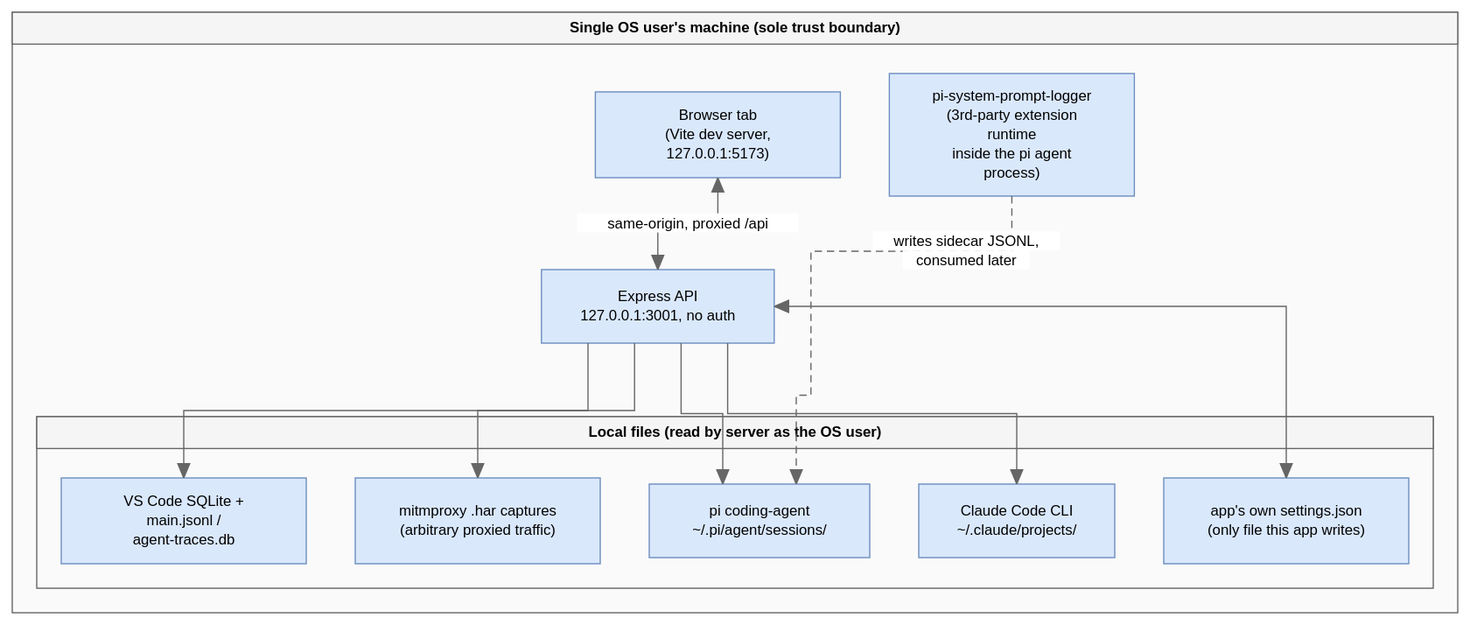
Earlier version of the draw.io export docs/diagrams/1-system-summary.drawio.svg (raulkivi/agent-cost-analyzer). Source tidied: cells renumbered, new cells last; positions are measured from the earlier drawing's top-left corner, leaving out a move shared by most shapes. Its diagram source:
```xml
<mxGraphModel>
  <root>
    <mxCell id="0" />
    <mxCell id="1" parent="0" />
    <mxCell id="2" value="Single OS user's machine (sole trust boundary)" style="swimlane;startSize=26;html=1;fontStyle=1;fillColor=#f5f5f5;strokeColor=#666666;swimlaneFillColor=#fafafa;" parent="1" vertex="1">
      <mxGeometry width="1180" height="490" as="geometry" />
    </mxCell>
    <mxCell id="3" value="Local files (read by server as the OS user)" style="swimlane;startSize=26;html=1;fontStyle=1;fillColor=#f5f5f5;strokeColor=#666666;swimlaneFillColor=#fafafa;" parent="2" vertex="1">
      <mxGeometry x="20" y="330" width="1140" height="140" as="geometry" />
    </mxCell>
    <mxCell id="4" value="Browser tab&lt;br&gt;(Vite dev server, 127.0.0.1:5173)" style="rounded=0;whiteSpace=wrap;html=1;fillColor=#dae8fc;strokeColor=#6c8ebf;" parent="2" vertex="1">
      <mxGeometry x="476" y="65" width="200" height="70" as="geometry" />
    </mxCell>
    <mxCell id="5" value="Express API&lt;br&gt;127.0.0.1:3001, no auth" style="rounded=0;whiteSpace=wrap;html=1;fillColor=#dae8fc;strokeColor=#6c8ebf;" parent="2" vertex="1">
      <mxGeometry x="432" y="210" width="190" height="60" as="geometry" />
    </mxCell>
    <mxCell id="6" value="VS Code SQLite +&lt;br&gt;main.jsonl / agent-traces.db" style="rounded=0;whiteSpace=wrap;html=1;fillColor=#dae8fc;strokeColor=#6c8ebf;" parent="3" vertex="1">
      <mxGeometry x="20" y="50" width="200" height="70" as="geometry" />
    </mxCell>
    <mxCell id="7" value="mitmproxy .har captures&lt;br&gt;(arbitrary proxied traffic)" style="rounded=0;whiteSpace=wrap;html=1;fillColor=#dae8fc;strokeColor=#6c8ebf;" parent="3" vertex="1">
      <mxGeometry x="260" y="50" width="200" height="70" as="geometry" />
    </mxCell>
    <mxCell id="8" value="pi coding-agent&lt;br&gt;~/.pi/agent/sessions/" style="rounded=0;whiteSpace=wrap;html=1;fillColor=#dae8fc;strokeColor=#6c8ebf;" parent="3" vertex="1">
      <mxGeometry x="500" y="55" width="180" height="60" as="geometry" />
    </mxCell>
    <mxCell id="9" value="Claude Code CLI&lt;br&gt;~/.claude/projects/" style="rounded=0;whiteSpace=wrap;html=1;fillColor=#dae8fc;strokeColor=#6c8ebf;" parent="3" vertex="1">
      <mxGeometry x="720" y="55" width="160" height="60" as="geometry" />
    </mxCell>
    <mxCell id="10" value="app's own settings.json&lt;br&gt;(only file this app writes)" style="rounded=0;whiteSpace=wrap;html=1;fillColor=#dae8fc;strokeColor=#6c8ebf;" parent="3" vertex="1">
      <mxGeometry x="920" y="50" width="200" height="70" as="geometry" />
    </mxCell>
    <mxCell id="11" value="pi-system-prompt-logger&lt;br&gt;(3rd-party extension runtime&lt;br&gt;inside the pi agent process)" style="rounded=0;whiteSpace=wrap;html=1;fillColor=#dae8fc;strokeColor=#6c8ebf;" parent="2" vertex="1">
      <mxGeometry x="716" y="50" width="200" height="100" as="geometry" />
    </mxCell>
    <mxCell id="12" value="same-origin, proxied /api" style="edgeStyle=orthogonalEdgeStyle;rounded=1;html=1;endArrow=classic;endFill=1;startArrow=classic;startFill=1;strokeColor=#666666;" parent="2" edge="1" source="4" target="5">
      <mxGeometry relative="1" as="geometry" />
    </mxCell>
    <mxCell id="13" style="edgeStyle=orthogonalEdgeStyle;rounded=1;html=1;endArrow=classic;endFill=1;startArrow=none;startFill=0;strokeColor=#666666;" parent="2" edge="1" source="5" target="6">
      <mxGeometry relative="1" as="geometry" />
    </mxCell>
    <mxCell id="14" style="edgeStyle=orthogonalEdgeStyle;rounded=1;html=1;endArrow=classic;endFill=1;startArrow=none;startFill=0;strokeColor=#666666;" parent="2" edge="1" source="5" target="7">
      <mxGeometry relative="1" as="geometry" />
    </mxCell>
    <mxCell id="15" style="edgeStyle=orthogonalEdgeStyle;rounded=1;html=1;endArrow=classic;endFill=1;startArrow=none;startFill=0;strokeColor=#666666;" parent="2" edge="1" source="5" target="8">
      <mxGeometry relative="1" as="geometry" />
    </mxCell>
    <mxCell id="16" style="edgeStyle=orthogonalEdgeStyle;rounded=1;html=1;endArrow=classic;endFill=1;startArrow=none;startFill=0;strokeColor=#666666;" parent="2" edge="1" source="5" target="9">
      <mxGeometry relative="1" as="geometry" />
    </mxCell>
    <mxCell id="17" style="edgeStyle=orthogonalEdgeStyle;rounded=1;html=1;endArrow=classic;endFill=1;startArrow=classic;startFill=1;strokeColor=#666666;" parent="2" edge="1" source="5" target="10">
      <mxGeometry relative="1" as="geometry">
        <Array as="points">
          <mxPoint x="1040" y="240" />
        </Array>
      </mxGeometry>
    </mxCell>
    <mxCell id="18" value="writes sidecar JSONL,&lt;br&gt;consumed later" style="edgeStyle=orthogonalEdgeStyle;rounded=1;html=1;endArrow=classic;endFill=1;startArrow=none;startFill=0;strokeColor=#666666;dashed=1;" parent="2" edge="1" source="11" target="8">
      <mxGeometry x="-0.6" relative="1" as="geometry">
        <Array as="points">
          <mxPoint x="652" y="240" />
        </Array>
      </mxGeometry>
    </mxCell>
  </root>
</mxGraphModel>
```
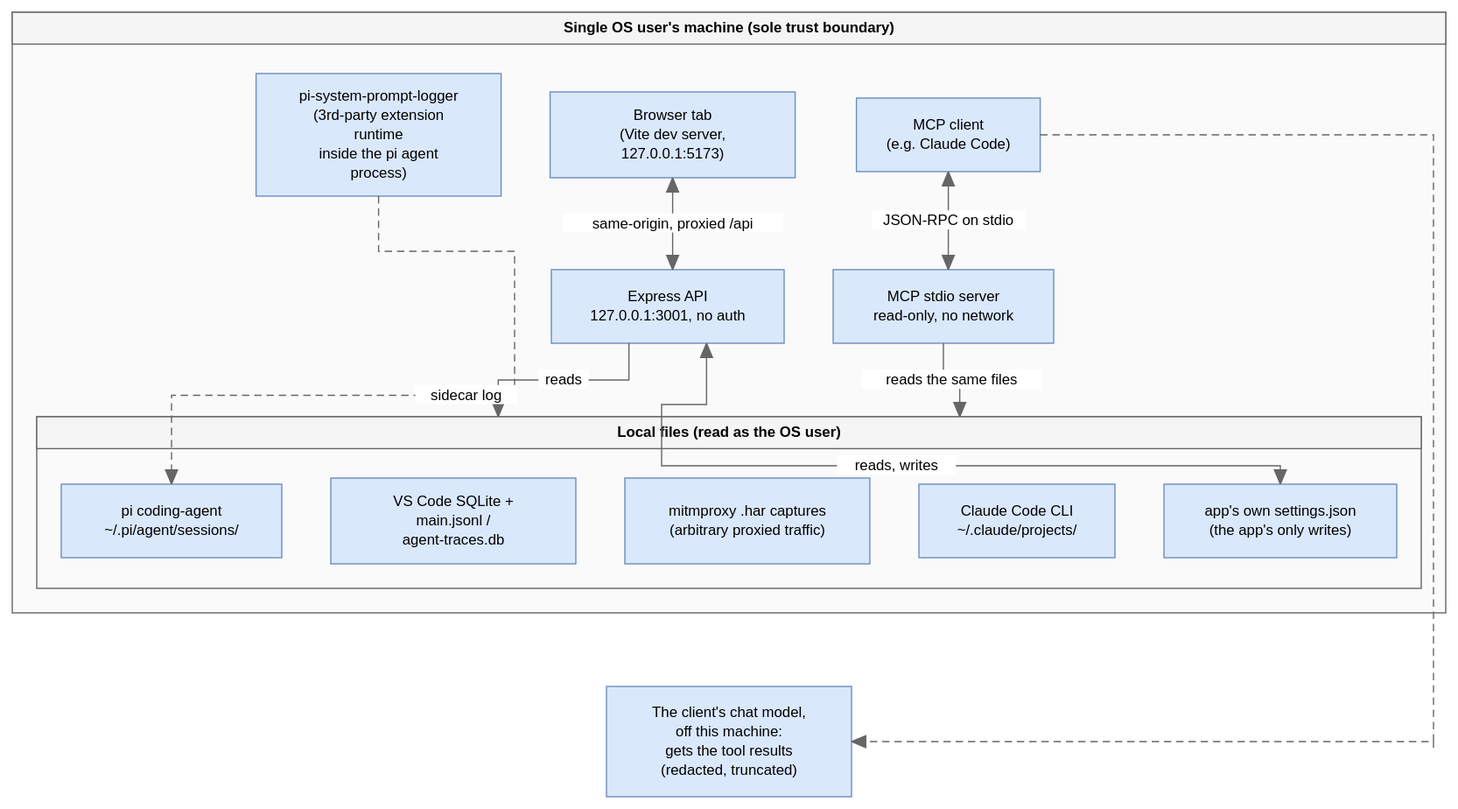
Above is the later version.

Commit message:
docs: threat model re-checked at 78657f3 (#88)

Adds the standalone MCP server (diagram, trust model, STRIDE row with
pattern-based redaction and prompt injection as residuals), the legacy
settings folder move, the pi package's current name and Dependabot
status, 5.1's open status, a new 5.4 (widen redactSecrets), and the
msal-node re-check.

Change to the diagram source:
```diff
@@ -3,61 +3,76 @@
     <mxCell id="0" />
     <mxCell id="1" parent="0" />
     <mxCell id="2" value="Single OS user's machine (sole trust boundary)" style="swimlane;startSize=26;html=1;fontStyle=1;fillColor=#f5f5f5;strokeColor=#666666;swimlaneFillColor=#fafafa;" parent="1" vertex="1">
-      <mxGeometry width="1180" height="490" as="geometry" />
+      <mxGeometry width="1170" height="490" as="geometry" />
     </mxCell>
-    <mxCell id="3" value="Local files (read by server as the OS user)" style="swimlane;startSize=26;html=1;fontStyle=1;fillColor=#f5f5f5;strokeColor=#666666;swimlaneFillColor=#fafafa;" parent="2" vertex="1">
-      <mxGeometry x="20" y="330" width="1140" height="140" as="geometry" />
+    <mxCell id="3" value="Local files (read as the OS user)" style="swimlane;startSize=26;html=1;fontStyle=1;fillColor=#f5f5f5;strokeColor=#666666;swimlaneFillColor=#fafafa;" parent="2" vertex="1">
+      <mxGeometry x="20" y="330" width="1130" height="140" as="geometry" />
     </mxCell>
+    <mxCell id="11" value="pi-system-prompt-logger&lt;br&gt;(3rd-party extension runtime&lt;br&gt;inside the pi agent process)" style="rounded=0;whiteSpace=wrap;html=1;fillColor=#dae8fc;strokeColor=#6c8ebf;" parent="2" vertex="1">
+      <mxGeometry x="199" y="50" width="200" height="100" as="geometry" />
+    </mxCell>
     <mxCell id="4" value="Browser tab&lt;br&gt;(Vite dev server, 127.0.0.1:5173)" style="rounded=0;whiteSpace=wrap;html=1;fillColor=#dae8fc;strokeColor=#6c8ebf;" parent="2" vertex="1">
-      <mxGeometry x="476" y="65" width="200" height="70" as="geometry" />
+      <mxGeometry x="439" y="65" width="200" height="70" as="geometry" />
     </mxCell>
     <mxCell id="5" value="Express API&lt;br&gt;127.0.0.1:3001, no auth" style="rounded=0;whiteSpace=wrap;html=1;fillColor=#dae8fc;strokeColor=#6c8ebf;" parent="2" vertex="1">
-      <mxGeometry x="432" y="210" width="190" height="60" as="geometry" />
+      <mxGeometry x="440" y="210" width="190" height="60" as="geometry" />
     </mxCell>
+    <mxCell id="19" value="MCP client&lt;br&gt;(e.g. Claude Code)" style="rounded=0;whiteSpace=wrap;html=1;fillColor=#dae8fc;strokeColor=#6c8ebf;" parent="2" vertex="1">
+      <mxGeometry x="689" y="70" width="150" height="60" as="geometry" />
+    </mxCell>
+    <mxCell id="20" value="MCP stdio server&lt;br&gt;read-only, no network" style="rounded=0;whiteSpace=wrap;html=1;fillColor=#dae8fc;strokeColor=#6c8ebf;" parent="2" vertex="1">
+      <mxGeometry x="670" y="210" width="180" height="60" as="geometry" />
+    </mxCell>
+    <mxCell id="8" value="pi coding-agent&lt;br&gt;~/.pi/agent/sessions/" style="rounded=0;whiteSpace=wrap;html=1;fillColor=#dae8fc;strokeColor=#6c8ebf;" parent="3" vertex="1">
+      <mxGeometry x="20" y="55" width="180" height="60" as="geometry" />
+    </mxCell>
     <mxCell id="6" value="VS Code SQLite +&lt;br&gt;main.jsonl / agent-traces.db" style="rounded=0;whiteSpace=wrap;html=1;fillColor=#dae8fc;strokeColor=#6c8ebf;" parent="3" vertex="1">
-      <mxGeometry x="20" y="50" width="200" height="70" as="geometry" />
+      <mxGeometry x="240" y="50" width="200" height="70" as="geometry" />
     </mxCell>
     <mxCell id="7" value="mitmproxy .har captures&lt;br&gt;(arbitrary proxied traffic)" style="rounded=0;whiteSpace=wrap;html=1;fillColor=#dae8fc;strokeColor=#6c8ebf;" parent="3" vertex="1">
-      <mxGeometry x="260" y="50" width="200" height="70" as="geometry" />
+      <mxGeometry x="480" y="50" width="200" height="70" as="geometry" />
     </mxCell>
-    <mxCell id="8" value="pi coding-agent&lt;br&gt;~/.pi/agent/sessions/" style="rounded=0;whiteSpace=wrap;html=1;fillColor=#dae8fc;strokeColor=#6c8ebf;" parent="3" vertex="1">
-      <mxGeometry x="500" y="55" width="180" height="60" as="geometry" />
-    </mxCell>
     <mxCell id="9" value="Claude Code CLI&lt;br&gt;~/.claude/projects/" style="rounded=0;whiteSpace=wrap;html=1;fillColor=#dae8fc;strokeColor=#6c8ebf;" parent="3" vertex="1">
       <mxGeometry x="720" y="55" width="160" height="60" as="geometry" />
     </mxCell>
-    <mxCell id="10" value="app's own settings.json&lt;br&gt;(only file this app writes)" style="rounded=0;whiteSpace=wrap;html=1;fillColor=#dae8fc;strokeColor=#6c8ebf;" parent="3" vertex="1">
-      <mxGeometry x="920" y="50" width="200" height="70" as="geometry" />
+    <mxCell id="10" value="app's own settings.json&lt;br&gt;(the app's only writes)" style="rounded=0;whiteSpace=wrap;html=1;fillColor=#dae8fc;strokeColor=#6c8ebf;" parent="3" vertex="1">
+      <mxGeometry x="920" y="55" width="190" height="60" as="geometry" />
     </mxCell>
-    <mxCell id="11" value="pi-system-prompt-logger&lt;br&gt;(3rd-party extension runtime&lt;br&gt;inside the pi agent process)" style="rounded=0;whiteSpace=wrap;html=1;fillColor=#dae8fc;strokeColor=#6c8ebf;" parent="2" vertex="1">
-      <mxGeometry x="716" y="50" width="200" height="100" as="geometry" />
-    </mxCell>
+    <mxCell id="21" value="The client's chat model, off this machine:&lt;br&gt;gets the tool results (redacted, truncated)" style="rounded=0;whiteSpace=wrap;html=1;fillColor=#dae8fc;strokeColor=#6c8ebf;" parent="1" vertex="1">
+      <mxGeometry x="485" y="550" width="200" height="90" as="geometry" />
+    </mxCell>
     <mxCell id="12" value="same-origin, proxied /api" style="edgeStyle=orthogonalEdgeStyle;rounded=1;html=1;endArrow=classic;endFill=1;startArrow=classic;startFill=1;strokeColor=#666666;" parent="2" edge="1" source="4" target="5">
       <mxGeometry relative="1" as="geometry" />
     </mxCell>
-    <mxCell id="13" style="edgeStyle=orthogonalEdgeStyle;rounded=1;html=1;endArrow=classic;endFill=1;startArrow=none;startFill=0;strokeColor=#666666;" parent="2" edge="1" source="5" target="6">
+    <mxCell id="13" value="JSON-RPC on stdio" style="edgeStyle=orthogonalEdgeStyle;rounded=1;html=1;endArrow=classic;endFill=1;startArrow=classic;startFill=1;strokeColor=#666666;" parent="2" edge="1" source="19" target="20">
       <mxGeometry relative="1" as="geometry" />
     </mxCell>
-    <mxCell id="14" style="edgeStyle=orthogonalEdgeStyle;rounded=1;html=1;endArrow=classic;endFill=1;startArrow=none;startFill=0;strokeColor=#666666;" parent="2" edge="1" source="5" target="7">
+    <mxCell id="14" value="reads" style="edgeStyle=orthogonalEdgeStyle;rounded=1;html=1;endArrow=classic;endFill=1;startArrow=none;startFill=0;strokeColor=#666666;" parent="2" edge="1" source="5" target="3">
       <mxGeometry relative="1" as="geometry" />
     </mxCell>
-    <mxCell id="15" style="edgeStyle=orthogonalEdgeStyle;rounded=1;html=1;endArrow=classic;endFill=1;startArrow=none;startFill=0;strokeColor=#666666;" parent="2" edge="1" source="5" target="8">
+    <mxCell id="15" value="reads the same files" style="edgeStyle=orthogonalEdgeStyle;rounded=1;html=1;endArrow=classic;endFill=1;startArrow=none;startFill=0;strokeColor=#666666;" parent="2" edge="1" source="20" target="3">
       <mxGeometry relative="1" as="geometry" />
     </mxCell>
-    <mxCell id="16" style="edgeStyle=orthogonalEdgeStyle;rounded=1;html=1;endArrow=classic;endFill=1;startArrow=none;startFill=0;strokeColor=#666666;" parent="2" edge="1" source="5" target="9">
-      <mxGeometry relative="1" as="geometry" />
+    <mxCell id="16" value="sidecar log" style="edgeStyle=orthogonalEdgeStyle;rounded=1;html=1;endArrow=classic;endFill=1;startArrow=none;startFill=0;strokeColor=#666666;dashed=1;" parent="2" edge="1" source="11" target="8">
+      <mxGeometry relative="1" as="geometry">
+        <Array as="points">
+          <mxPoint x="410" y="240" />
+        </Array>
+      </mxGeometry>
     </mxCell>
-    <mxCell id="17" style="edgeStyle=orthogonalEdgeStyle;rounded=1;html=1;endArrow=classic;endFill=1;startArrow=classic;startFill=1;strokeColor=#666666;" parent="2" edge="1" source="5" target="10">
+    <mxCell id="17" style="edgeStyle=orthogonalEdgeStyle;rounded=1;html=1;endArrow=classic;endFill=1;startArrow=none;startFill=0;strokeColor=#666666;dashed=1;" parent="1" edge="1" source="19" target="21">
       <mxGeometry relative="1" as="geometry">
         <Array as="points">
-          <mxPoint x="1040" y="240" />
+          <mxPoint x="1160" y="100" />
+          <mxPoint x="1160" y="600" />
         </Array>
       </mxGeometry>
     </mxCell>
-    <mxCell id="18" value="writes sidecar JSONL,&lt;br&gt;consumed later" style="edgeStyle=orthogonalEdgeStyle;rounded=1;html=1;endArrow=classic;endFill=1;startArrow=none;startFill=0;strokeColor=#666666;dashed=1;" parent="2" edge="1" source="11" target="8">
-      <mxGeometry x="-0.6" relative="1" as="geometry">
+    <mxCell id="18" value="reads, writes" style="edgeStyle=orthogonalEdgeStyle;rounded=1;html=1;endArrow=classic;endFill=1;startArrow=classic;startFill=1;strokeColor=#666666;" parent="2" edge="1" source="5" target="10">
+      <mxGeometry relative="1" as="geometry">
         <Array as="points">
-          <mxPoint x="652" y="240" />
+          <mxPoint x="530" y="370" />
+          <mxPoint x="1030" y="370" />
         </Array>
       </mxGeometry>
     </mxCell>
```
